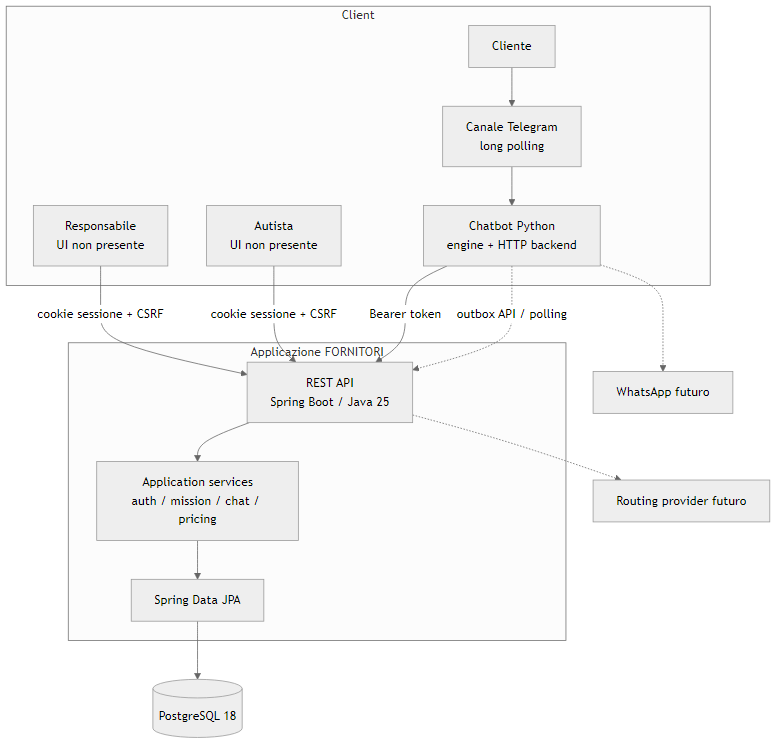
Before: docs/diagrams/rendered/container.png, a diagram exported from Mermaid (coluccimarco/fornitori-soccorso). Its source is kept beside it as docs/diagrams/container.mmd.
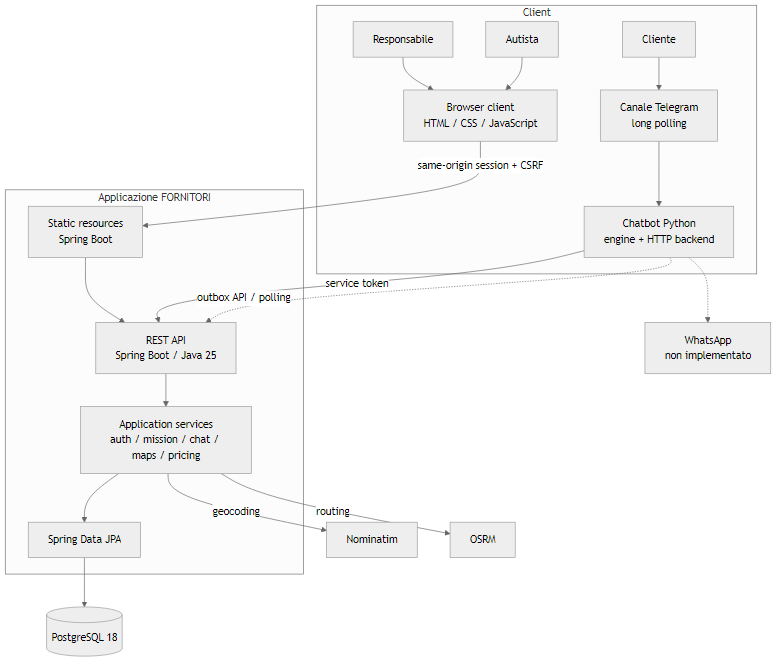
Above is the later version.

What changed in the source:
```diff
@@ -1,25 +1,31 @@
 flowchart TB
     subgraph Client["Client"]
-        Ops["Responsabile<br/>UI non presente"]
-        Driver["Autista<br/>UI non presente"]
+        Ops["Responsabile"]
+        Driver["Autista"]
         Customer["Cliente"]
+        Web["Browser client<br/>HTML / CSS / JavaScript"]
         Bot["Chatbot Python<br/>engine + HTTP backend"]
         Telegram["Canale Telegram<br/>long polling"]
     end
     subgraph App["Applicazione FORNITORI"]
-        Web["REST API<br/>Spring Boot / Java 25"]
-        Service["Application services<br/>auth / mission / chat / pricing"]
+        Static["Static resources<br/>Spring Boot"]
+        API["REST API<br/>Spring Boot / Java 25"]
+        Service["Application services<br/>auth / mission / chat / maps / pricing"]
         Persistence["Spring Data JPA"]
     end
     DB[("PostgreSQL 18")]
-    Map["Routing provider futuro"]
-    WhatsApp["WhatsApp futuro"]
-    Ops -->|"cookie sessione + CSRF"| Web
-    Driver -->|"cookie sessione + CSRF"| Web
+    Geocoder["Nominatim"]
+    Router["OSRM"]
+    WhatsApp["WhatsApp<br/>non implementato"]
+    Ops --> Web
+    Driver --> Web
+    Web -->|"same-origin session + CSRF"| Static
+    Static --> API
     Customer --> Telegram
     Telegram --> Bot
-    Bot -->|"Bearer token"| Web
-    Web --> Service --> Persistence --> DB
-    Bot -. "outbox API / polling" .-> Web
-    Web -.-> Map
+    Bot -->|"service token"| API
+    API --> Service --> Persistence --> DB
+    Service -->|"geocoding"| Geocoder
+    Service -->|"routing"| Router
+    Bot -. "outbox API / polling" .-> API
     Bot -.-> WhatsApp
```
